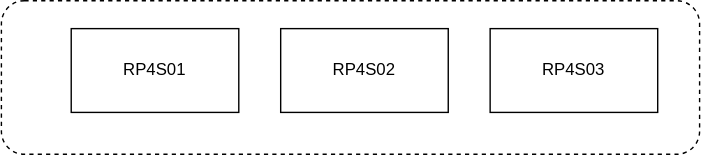
The draw.io diagram Infrastructure/images/infrastructure.drawio.svg in UlrichNilsson/kubernetes, before a commit. Source tidied: cells renumbered, new cells last; positions are measured from the earlier drawing's top-left corner, leaving out a move shared by most shapes. Source of this version:
```xml
<mxGraphModel>
  <root>
    <mxCell id="0" />
    <mxCell id="1" parent="0" />
    <mxCell id="2" style="rounded=1;whiteSpace=wrap;html=1;dashed=1;" parent="1" vertex="1">
      <mxGeometry width="500" height="110" as="geometry" />
    </mxCell>
    <mxCell id="3" value="&lt;font color=&quot;#000000&quot;&gt;RP4S01&lt;/font&gt;" style="rounded=0;whiteSpace=wrap;html=1;fillColor=#FFFFFF;" parent="1" vertex="1">
      <mxGeometry x="50" y="20" width="120" height="60" as="geometry" />
    </mxCell>
    <mxCell id="4" value="&lt;font color=&quot;#000000&quot;&gt;RP4S02&lt;/font&gt;" style="rounded=0;whiteSpace=wrap;html=1;fillColor=#FFFFFF;" parent="1" vertex="1">
      <mxGeometry x="200" y="20" width="120" height="60" as="geometry" />
    </mxCell>
    <mxCell id="5" value="&lt;font color=&quot;#000000&quot;&gt;RP4S03&lt;/font&gt;" style="rounded=0;whiteSpace=wrap;html=1;fillColor=#FFFFFF;" parent="1" vertex="1">
      <mxGeometry x="350" y="20" width="120" height="60" as="geometry" />
    </mxCell>
  </root>
</mxGraphModel>
```
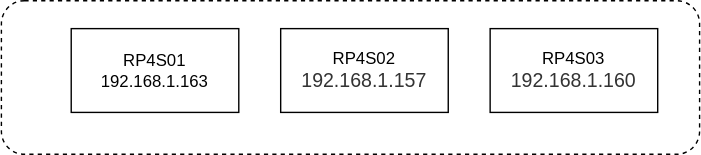
Later version of the same file.

Commit message:
Updating RP k3s cluster setup md

What changed in the source:
```diff
@@ -5,13 +5,13 @@
     <mxCell id="2" style="rounded=1;whiteSpace=wrap;html=1;dashed=1;" parent="1" vertex="1">
       <mxGeometry width="500" height="110" as="geometry" />
     </mxCell>
-    <mxCell id="3" value="&lt;font color=&quot;#000000&quot;&gt;RP4S01&lt;/font&gt;" style="rounded=0;whiteSpace=wrap;html=1;fillColor=#FFFFFF;" parent="1" vertex="1">
+    <mxCell id="3" value="&lt;font color=&quot;#000000&quot;&gt;RP4S01&lt;br&gt;192.168.1.163&lt;/font&gt;" style="rounded=0;whiteSpace=wrap;html=1;fillColor=#FFFFFF;" parent="1" vertex="1">
       <mxGeometry x="50" y="20" width="120" height="60" as="geometry" />
     </mxCell>
-    <mxCell id="4" value="&lt;font color=&quot;#000000&quot;&gt;RP4S02&lt;/font&gt;" style="rounded=0;whiteSpace=wrap;html=1;fillColor=#FFFFFF;" parent="1" vertex="1">
+    <mxCell id="4" value="&lt;font color=&quot;#000000&quot;&gt;RP4S02&lt;br&gt;&lt;/font&gt;&lt;span style=&quot;color: rgb(51 , 51 , 51) ; font-family: &amp;#34;helvetica&amp;#34; , &amp;#34;arial&amp;#34; , sans-serif ; font-size: 14px ; text-align: left ; background-color: rgb(255 , 255 , 255)&quot;&gt;192.168.1.157&lt;/span&gt;&lt;font color=&quot;#000000&quot;&gt;&lt;br&gt;&lt;/font&gt;" style="rounded=0;whiteSpace=wrap;html=1;fillColor=#FFFFFF;" parent="1" vertex="1">
       <mxGeometry x="200" y="20" width="120" height="60" as="geometry" />
     </mxCell>
-    <mxCell id="5" value="&lt;font color=&quot;#000000&quot;&gt;RP4S03&lt;/font&gt;" style="rounded=0;whiteSpace=wrap;html=1;fillColor=#FFFFFF;" parent="1" vertex="1">
+    <mxCell id="5" value="&lt;font color=&quot;#000000&quot;&gt;RP4S03&lt;br&gt;&lt;/font&gt;&lt;span style=&quot;color: rgb(51 , 51 , 51) ; font-family: &amp;#34;helvetica&amp;#34; , &amp;#34;arial&amp;#34; , sans-serif ; font-size: 14px ; text-align: left ; background-color: rgb(255 , 255 , 255)&quot;&gt;192.168.1.160&lt;/span&gt;&lt;font color=&quot;#000000&quot;&gt;&lt;br&gt;&lt;/font&gt;" style="rounded=0;whiteSpace=wrap;html=1;fillColor=#FFFFFF;" parent="1" vertex="1">
       <mxGeometry x="350" y="20" width="120" height="60" as="geometry" />
     </mxCell>
   </root>
```
